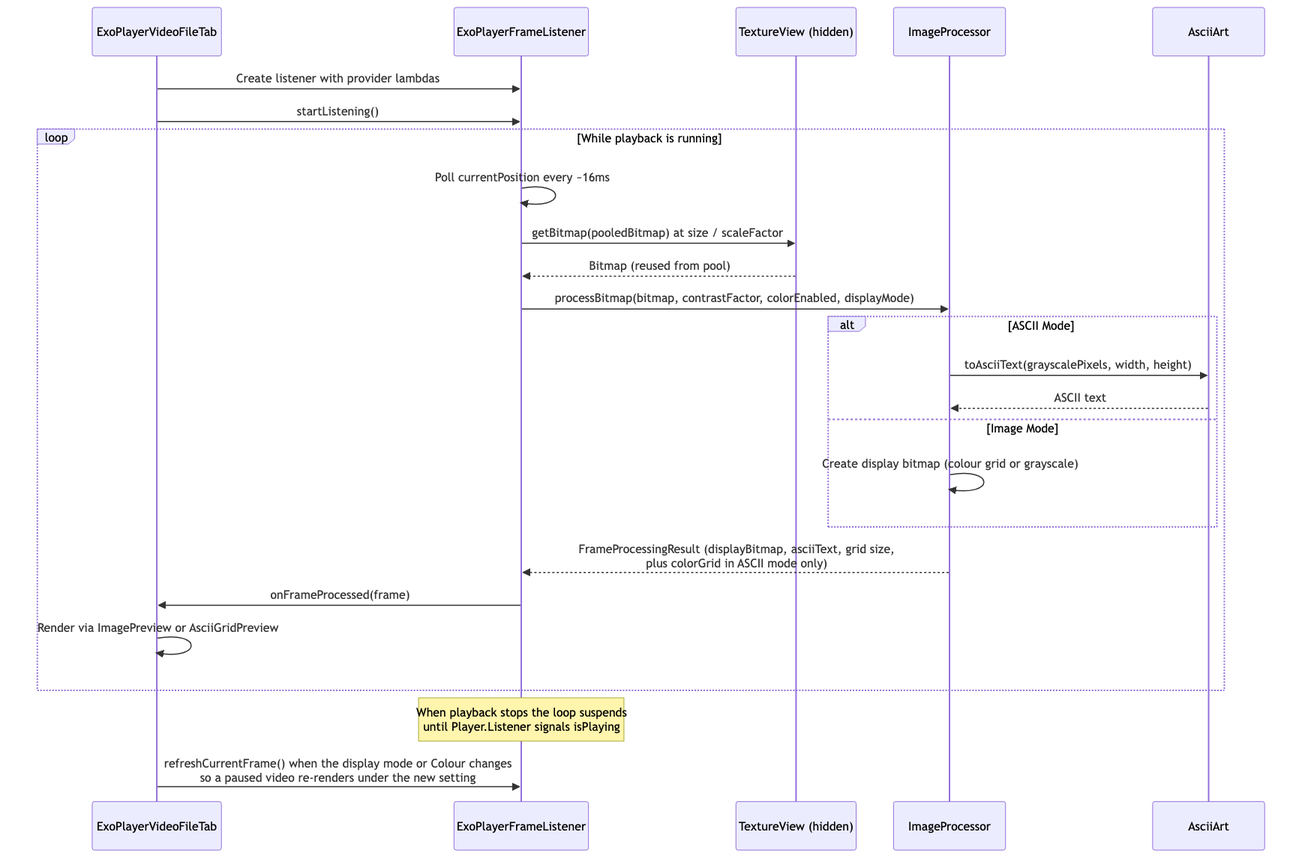
The Mermaid diagram docs/sequence-video-file.png in replicant1/AsciiArt, before a commit. Its source is kept beside it as docs/sequence-video-file.mmd.
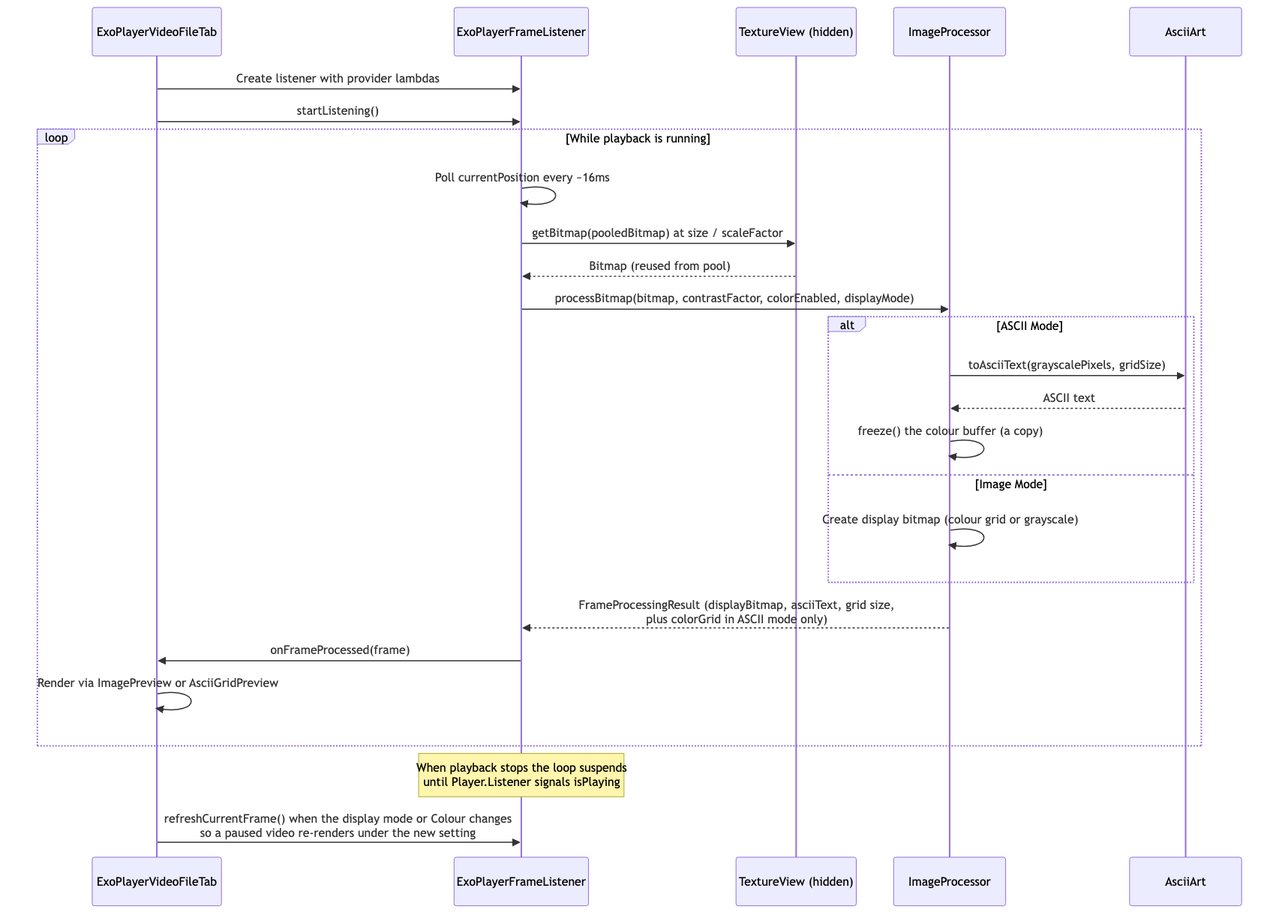
Later version of the same file.

Commit message:
Document PixelGrid, PixelBuffer and GridSize

Diff of the diagram source:
```diff
@@ -13,8 +13,9 @@
         TV-->>EFL: Bitmap (reused from pool)
         EFL->>IP: processBitmap(bitmap, contrastFactor, colorEnabled, displayMode)
         alt ASCII Mode
-            IP->>AA: toAsciiText(grayscalePixels, width, height)
+            IP->>AA: toAsciiText(grayscalePixels, gridSize)
             AA-->>IP: ASCII text
+            IP->>IP: freeze() the colour buffer (a copy)
         else Image Mode
             IP->>IP: Create display bitmap (colour grid or grayscale)
         end
```
